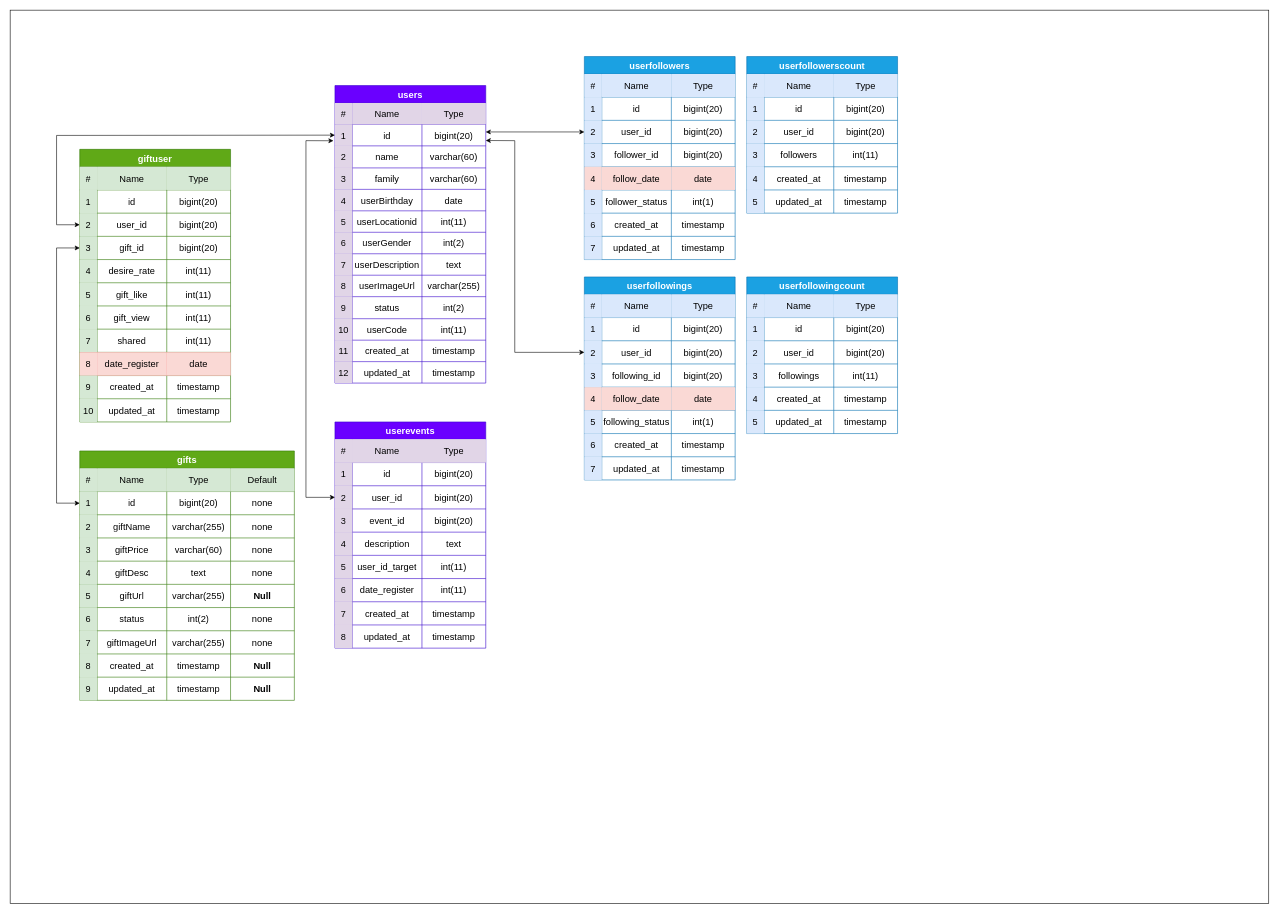
Earlier version of the draw.io diagram Untitled Diagram.drawio (Rezarezaeipour/wiishy-diagram). Source tidied: cells renumbered, new cells numbered last; positions are measured from the earlier drawing's top-left corner, leaving out a move shared by most shapes. Both pictures are drawn from the tidied source at 58%, with x=0, y=0 at pixel (10, 10).
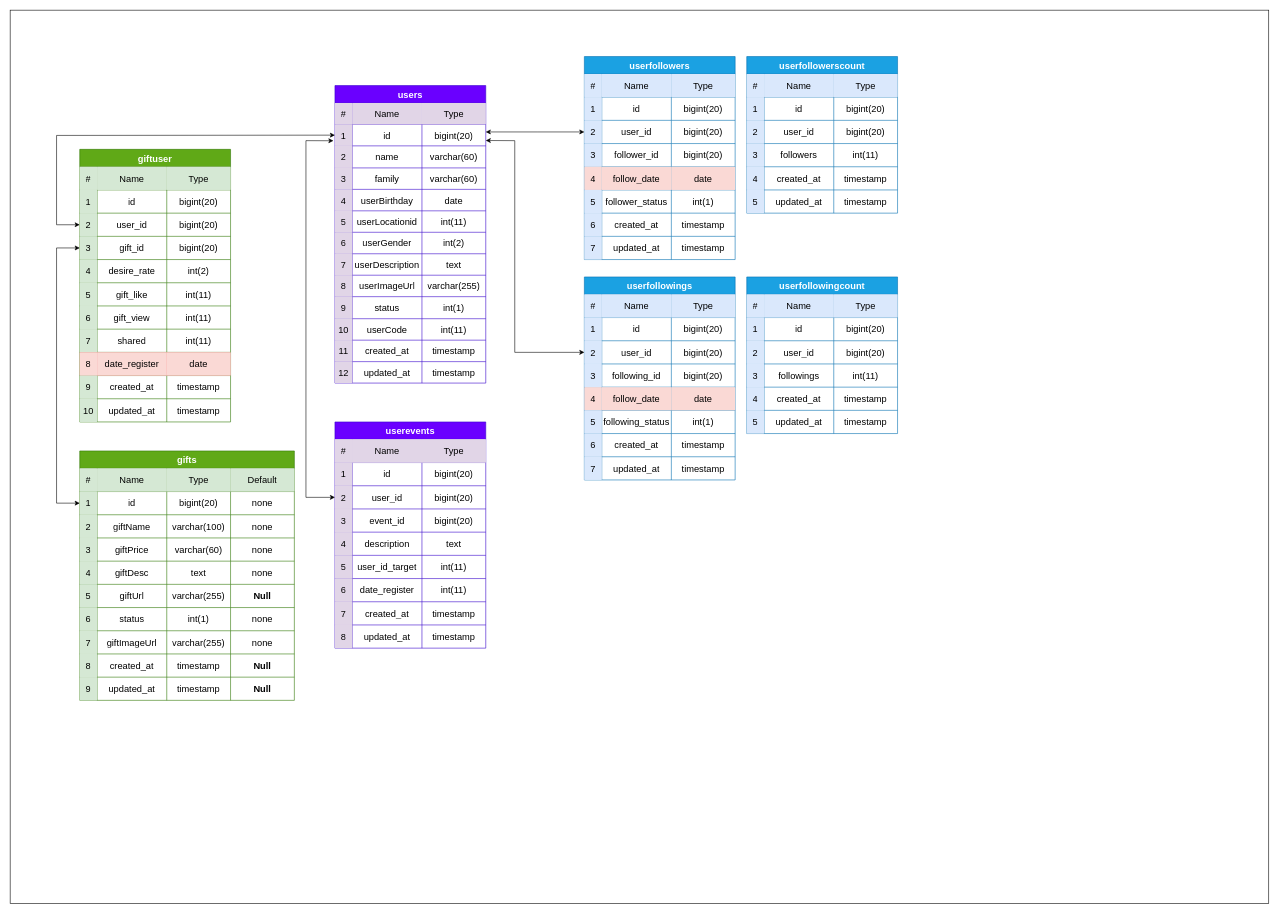
Above is the later version.

The change refers to these unchanged cells:
```xml
<mxCell id="40" style="shape=tableRow;horizontal=0;startSize=0;swimlaneHead=0;swimlaneBody=0;strokeColor=inherit;top=0;left=0;bottom=0;right=0;fillColor=none;fontSize=16;" parent="3" vertex="1">
  <mxGeometry y="364" width="260" height="38" as="geometry" />
</mxCell>
<mxCell id="67" style="shape=tableRow;horizontal=0;startSize=0;swimlaneHead=0;swimlaneBody=0;strokeColor=inherit;top=0;left=0;bottom=0;right=0;fillColor=none;fontSize=16;fontStyle=0;fontColor=default;labelBackgroundColor=none;" parent="56" vertex="1">
  <mxGeometry y="110" width="370" height="40" as="geometry" />
</mxCell>
<mxCell id="87" style="shape=tableRow;horizontal=0;startSize=0;swimlaneHead=0;swimlaneBody=0;strokeColor=inherit;top=0;left=0;bottom=0;right=0;fillColor=none;fontSize=16;fontStyle=0;fontColor=default;labelBackgroundColor=none;" parent="56" vertex="1">
  <mxGeometry y="270" width="370" height="40" as="geometry" />
</mxCell>
<mxCell id="124" style="shape=tableRow;horizontal=0;startSize=0;swimlaneHead=0;swimlaneBody=0;strokeColor=inherit;top=0;left=0;bottom=0;right=0;fillColor=none;fontSize=16;" parent="107" vertex="1">
  <mxGeometry y="190" width="260" height="40" as="geometry" />
</mxCell>
```

Diff of the diagram source:
```diff
@@
-    <mxCell id="43" value="int(2)" style="shape=partialRectangle;html=1;whiteSpace=wrap;strokeColor=inherit;overflow=hidden;fillColor=none;top=0;left=0;bottom=0;right=0;fontSize=16;" parent="40" vertex="1">
+    <mxCell id="43" value="int(1)" style="shape=partialRectangle;html=1;whiteSpace=wrap;strokeColor=inherit;overflow=hidden;fillColor=none;top=0;left=0;bottom=0;right=0;fontSize=16;" parent="40" vertex="1">
       <mxGeometry x="150" width="110" height="38" as="geometry" />
     </mxCell>
@@
-    <mxCell id="70" value="varchar(255)" style="shape=partialRectangle;html=1;whiteSpace=wrap;strokeColor=inherit;overflow=hidden;fillColor=none;top=0;left=0;bottom=0;right=0;fontSize=16;fontStyle=0;fontColor=default;labelBackgroundColor=none;" parent="67" vertex="1">
+    <mxCell id="70" value="varchar(100)" style="shape=partialRectangle;html=1;whiteSpace=wrap;strokeColor=inherit;overflow=hidden;fillColor=none;top=0;left=0;bottom=0;right=0;fontSize=16;fontStyle=0;fontColor=default;labelBackgroundColor=none;" parent="67" vertex="1">
       <mxGeometry x="150" width="110" height="40" as="geometry" />
     </mxCell>
@@
-    <mxCell id="90" value="int(2)" style="shape=partialRectangle;html=1;whiteSpace=wrap;strokeColor=inherit;overflow=hidden;fillColor=none;top=0;left=0;bottom=0;right=0;fontSize=16;fontStyle=0;fontColor=default;labelBackgroundColor=none;" parent="87" vertex="1">
+    <mxCell id="90" value="int(1)" style="shape=partialRectangle;html=1;whiteSpace=wrap;strokeColor=inherit;overflow=hidden;fillColor=none;top=0;left=0;bottom=0;right=0;fontSize=16;fontStyle=0;fontColor=default;labelBackgroundColor=none;" parent="87" vertex="1">
       <mxGeometry x="150" width="110" height="40" as="geometry" />
     </mxCell>
@@
-    <mxCell id="127" value="int(11)" style="shape=partialRectangle;html=1;whiteSpace=wrap;strokeColor=inherit;overflow=hidden;fillColor=none;top=0;left=0;bottom=0;right=0;fontSize=16;" parent="124" vertex="1">
+    <mxCell id="127" value="int(2)" style="shape=partialRectangle;html=1;whiteSpace=wrap;strokeColor=inherit;overflow=hidden;fillColor=none;top=0;left=0;bottom=0;right=0;fontSize=16;" parent="124" vertex="1">
       <mxGeometry x="150" width="110" height="40" as="geometry" />
     </mxCell>
```
